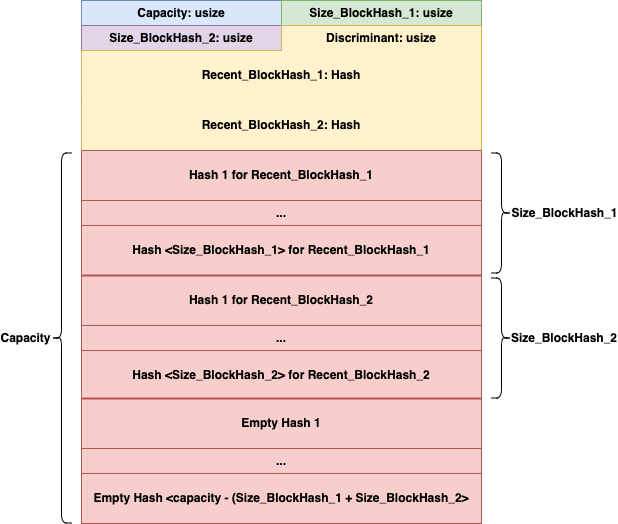
This is src/user_data_storage/documentation/HashStorage_Memory_Layout.png from Bonsuano/compto, a draw.io export, as it was before one commit. Source tidied: cells renumbered, new cells last; positions are measured from the earlier drawing's top-left corner, leaving out a move shared by most shapes.
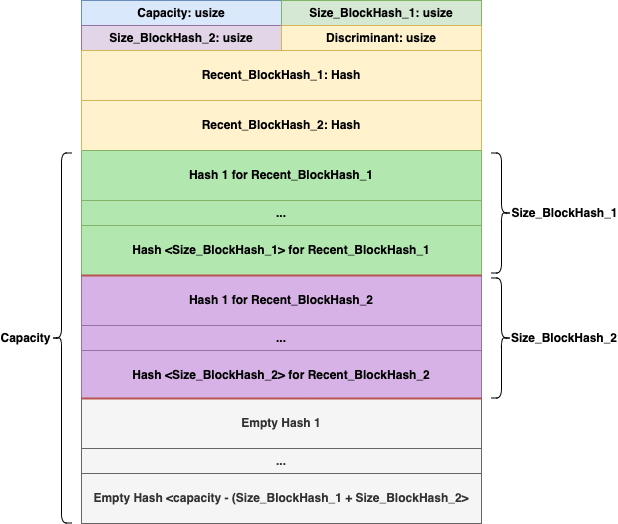
Later version of the same file.

Change to the diagram source:
```diff
@@ -2,25 +2,25 @@
   <root>
     <mxCell id="0" />
     <mxCell id="1" parent="0" />
-    <mxCell id="2" value="Discriminant: usize" style="rounded=0;whiteSpace=wrap;html=1;fillColor=#fff2cc;strokeColor=none;fontStyle=1;" parent="1" vertex="1">
+    <mxCell id="2" value="Discriminant: usize" style="rounded=0;whiteSpace=wrap;html=1;fillColor=#fff2cc;strokeColor=#d6b656;fontStyle=1;" parent="1" vertex="1">
       <mxGeometry x="281" y="25" width="200" height="25" as="geometry" />
     </mxCell>
     <mxCell id="3" value="Capacity: usize" style="rounded=0;whiteSpace=wrap;html=1;fillColor=#dae8fc;strokeColor=#6c8ebf;fontStyle=1;" parent="1" vertex="1">
       <mxGeometry x="81" width="200" height="25" as="geometry" />
     </mxCell>
-    <mxCell id="4" value="Recent_BlockHash_1: Hash" style="rounded=0;whiteSpace=wrap;html=1;strokeColor=none;align=center;verticalAlign=middle;fontFamily=Helvetica;fontSize=12;fillColor=#fff2cc;fontStyle=1;fillStyle=solid;" parent="1" vertex="1">
+    <mxCell id="4" value="Recent_BlockHash_1: Hash" style="rounded=0;whiteSpace=wrap;html=1;strokeColor=#d6b656;align=center;verticalAlign=middle;fontFamily=Helvetica;fontSize=12;fillColor=#fff2cc;fontStyle=1;fillStyle=solid;" parent="1" vertex="1">
       <mxGeometry x="81" y="50" width="400" height="50" as="geometry" />
     </mxCell>
-    <mxCell id="5" value="Recent_BlockHash_2&lt;span style=&quot;background-color: initial;&quot;&gt;: Hash&lt;/span&gt;" style="rounded=0;whiteSpace=wrap;html=1;strokeColor=none;align=center;verticalAlign=middle;fontFamily=Helvetica;fontSize=12;fillColor=#fff2cc;fontStyle=1;" parent="1" vertex="1">
+    <mxCell id="5" value="Recent_BlockHash_2&lt;span style=&quot;background-color: initial;&quot;&gt;: Hash&lt;/span&gt;" style="rounded=0;whiteSpace=wrap;html=1;strokeColor=#d6b656;align=center;verticalAlign=middle;fontFamily=Helvetica;fontSize=12;fillColor=#fff2cc;fontStyle=1;" parent="1" vertex="1">
       <mxGeometry x="81" y="100" width="400" height="50" as="geometry" />
     </mxCell>
     <mxCell id="6" style="edgeStyle=none;rounded=0;jettySize=auto;html=1;exitX=1;exitY=0;exitDx=0;exitDy=0;entryX=1;entryY=0;entryDx=0;entryDy=0;fillColor=#fff2cc;strokeColor=#d6b656;endArrow=none;endFill=0;" parent="1" edge="1" source="7" target="2">
       <mxGeometry relative="1" as="geometry" />
     </mxCell>
-    <mxCell id="7" value="Hash 1 for Recent_BlockHash_1" style="rounded=0;whiteSpace=wrap;html=1;strokeColor=#b85450;align=center;verticalAlign=middle;fontFamily=Helvetica;fontSize=12;fillColor=#f8cecc;fontStyle=1;" parent="1" vertex="1">
+    <mxCell id="7" value="Hash 1 for Recent_BlockHash_1" style="rounded=0;whiteSpace=wrap;html=1;strokeColor=#82b366;align=center;verticalAlign=middle;fontFamily=Helvetica;fontSize=12;fillColor=#B2E8B0;fontStyle=1;" parent="1" vertex="1">
       <mxGeometry x="81" y="150" width="400" height="50" as="geometry" />
     </mxCell>
-    <mxCell id="8" value="Hash &amp;lt;Size_BlockHash_1&amp;gt; for Recent_BlockHash_1" style="rounded=0;whiteSpace=wrap;html=1;strokeColor=#b85450;align=center;verticalAlign=middle;fontFamily=Helvetica;fontSize=12;fillColor=#f8cecc;fontStyle=1;" parent="1" vertex="1">
+    <mxCell id="8" value="Hash &amp;lt;Size_BlockHash_1&amp;gt; for Recent_BlockHash_1" style="rounded=0;whiteSpace=wrap;html=1;strokeColor=#82b366;align=center;verticalAlign=middle;fontFamily=Helvetica;fontSize=12;fillColor=#B2E8B0;fontStyle=1;" parent="1" vertex="1">
       <mxGeometry x="81" y="225" width="400" height="50" as="geometry" />
     </mxCell>
     <mxCell id="9" value="Size_BlockHash_1: usize" style="rounded=0;whiteSpace=wrap;html=1;fillColor=#d5e8d4;strokeColor=#82b366;fontStyle=1;" parent="1" vertex="1">
@@ -29,25 +29,25 @@
     <mxCell id="10" value="Size_BlockHash_2: usize" style="rounded=0;whiteSpace=wrap;html=1;fillColor=#e1d5e7;strokeColor=#9673a6;fontStyle=1;" parent="1" vertex="1">
       <mxGeometry x="81" y="25" width="200" height="25" as="geometry" />
     </mxCell>
-    <mxCell id="11" value="..." style="rounded=0;whiteSpace=wrap;html=1;fillColor=#f8cecc;strokeColor=#b85450;fontStyle=1;" parent="1" vertex="1">
+    <mxCell id="11" value="..." style="rounded=0;whiteSpace=wrap;html=1;fillColor=#B2E8B0;strokeColor=#82b366;fontStyle=1;" parent="1" vertex="1">
       <mxGeometry x="81" y="200" width="400" height="25" as="geometry" />
     </mxCell>
-    <mxCell id="12" value="Hash 1 for Recent_BlockHash_2" style="rounded=0;whiteSpace=wrap;html=1;strokeColor=#b85450;align=center;verticalAlign=middle;fontFamily=Helvetica;fontSize=12;fillColor=#f8cecc;fontStyle=1;" parent="1" vertex="1">
+    <mxCell id="12" value="Hash 1 for Recent_BlockHash_2" style="rounded=0;whiteSpace=wrap;html=1;strokeColor=#9673a6;align=center;verticalAlign=middle;fontFamily=Helvetica;fontSize=12;fillColor=#D7B2E7;fontStyle=1;" parent="1" vertex="1">
       <mxGeometry x="81" y="275" width="400" height="50" as="geometry" />
     </mxCell>
-    <mxCell id="13" value="Hash &amp;lt;Size_BlockHash_2&amp;gt; for Recent_BlockHash_2" style="rounded=0;whiteSpace=wrap;html=1;strokeColor=#b85450;align=center;verticalAlign=middle;fontFamily=Helvetica;fontSize=12;fillColor=#f8cecc;fontStyle=1;" parent="1" vertex="1">
+    <mxCell id="13" value="Hash &amp;lt;Size_BlockHash_2&amp;gt; for Recent_BlockHash_2" style="rounded=0;whiteSpace=wrap;html=1;strokeColor=#9673a6;align=center;verticalAlign=middle;fontFamily=Helvetica;fontSize=12;fillColor=#D7B2E7;fontStyle=1;" parent="1" vertex="1">
       <mxGeometry x="81" y="350" width="400" height="50" as="geometry" />
     </mxCell>
-    <mxCell id="14" value="..." style="rounded=0;whiteSpace=wrap;html=1;fillColor=#f8cecc;strokeColor=#b85450;fontStyle=1;" parent="1" vertex="1">
+    <mxCell id="14" value="..." style="rounded=0;whiteSpace=wrap;html=1;fillColor=#D7B2E7;strokeColor=#9673a6;fontStyle=1;" parent="1" vertex="1">
       <mxGeometry x="81" y="325" width="400" height="25" as="geometry" />
     </mxCell>
-    <mxCell id="15" value="Empty Hash 1" style="rounded=0;whiteSpace=wrap;html=1;strokeColor=#b85450;align=center;verticalAlign=middle;fontFamily=Helvetica;fontSize=12;fillColor=#f8cecc;fontStyle=1;" parent="1" vertex="1">
+    <mxCell id="15" value="Empty Hash 1" style="rounded=0;whiteSpace=wrap;html=1;strokeColor=#666666;align=center;verticalAlign=middle;fontFamily=Helvetica;fontSize=12;fillColor=#f5f5f5;fontStyle=1;fontColor=#333333;" parent="1" vertex="1">
       <mxGeometry x="81" y="398" width="400" height="50" as="geometry" />
     </mxCell>
-    <mxCell id="16" value="Empty Hash &amp;lt;capacity - (Size_BlockHash_1 + Size_BlockHash_2&amp;gt;" style="rounded=0;whiteSpace=wrap;html=1;strokeColor=#b85450;align=center;verticalAlign=middle;fontFamily=Helvetica;fontSize=12;fillColor=#f8cecc;fontStyle=1;" parent="1" vertex="1">
+    <mxCell id="16" value="Empty Hash &amp;lt;capacity - (Size_BlockHash_1 + Size_BlockHash_2&amp;gt;" style="rounded=0;whiteSpace=wrap;html=1;strokeColor=#666666;align=center;verticalAlign=middle;fontFamily=Helvetica;fontSize=12;fillColor=#f5f5f5;fontStyle=1;fontColor=#333333;" parent="1" vertex="1">
       <mxGeometry x="81" y="473" width="400" height="50" as="geometry" />
     </mxCell>
-    <mxCell id="17" value="..." style="rounded=0;whiteSpace=wrap;html=1;fillColor=#f8cecc;strokeColor=#b85450;fontStyle=1;" parent="1" vertex="1">
+    <mxCell id="17" value="..." style="rounded=0;whiteSpace=wrap;html=1;fillColor=#f5f5f5;strokeColor=#666666;fontStyle=1;fontColor=#333333;" parent="1" vertex="1">
       <mxGeometry x="81" y="448" width="400" height="25" as="geometry" />
     </mxCell>
     <mxCell id="18" style="edgeStyle=none;rounded=0;jettySize=auto;html=1;exitX=1;exitY=0;exitDx=0;exitDy=0;entryX=1;entryY=1;entryDx=0;entryDy=0;fillColor=#fff2cc;strokeColor=#d6b656;endArrow=none;endFill=0;" parent="1" edge="1" source="10" target="9">
```
